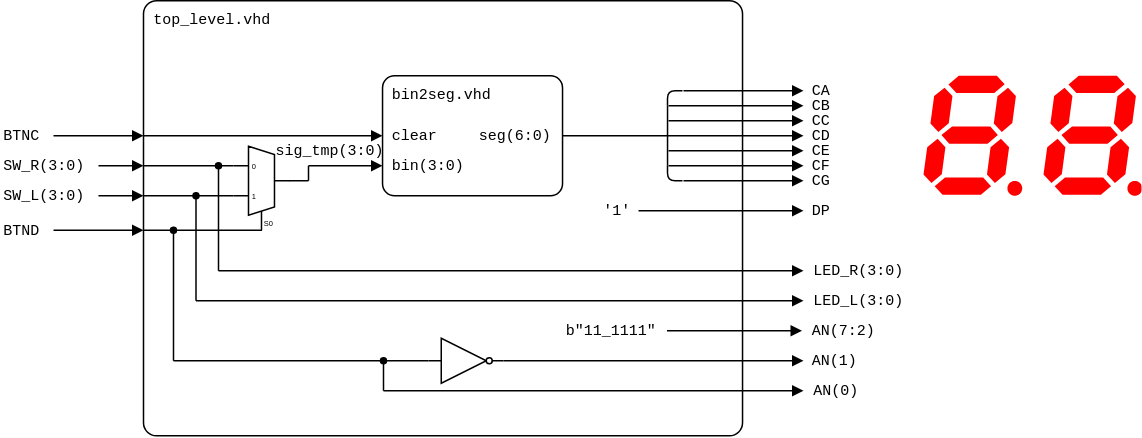
The draw.io diagram lab3-segment/images/top-level_2-digit.png in tomas-fryza/vhdl-course, before a commit. Source tidied: cells renumbered, new cells last; positions are measured from the earlier drawing's top-left corner, leaving out a move shared by most shapes.
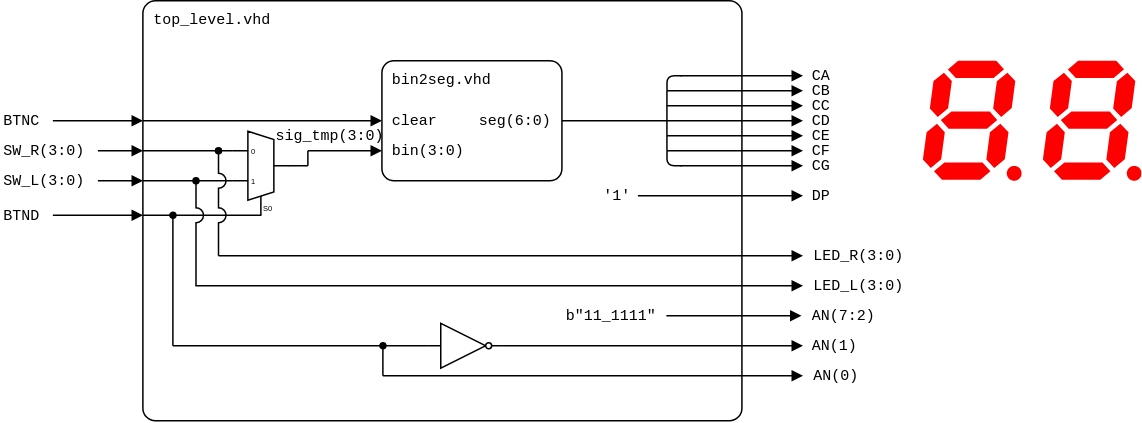
After the commit.

What changed in the source:
```diff
@@ -3,7 +3,7 @@
     <mxCell id="0" />
     <mxCell id="1" parent="0" />
     <mxCell id="2" value="top_level.vhd" style="rounded=1;arcSize=3;whiteSpace=wrap;html=1;align=left;verticalAlign=top;fontFamily=Courier New;absoluteArcSize=0;fillColor=none;fontSize=10;spacingLeft=5;imageHeight=24;" parent="1" vertex="1">
-      <mxGeometry x="95" width="399.4" height="290" as="geometry" />
+      <mxGeometry x="95" y="10" width="399.4" height="280" as="geometry" />
     </mxCell>
     <mxCell id="3" value="bin2seg.vhd" style="rounded=1;arcSize=10;align=left;verticalAlign=top;fontFamily=Courier New;absoluteArcSize=0;fillColor=none;fixDash=0;fontSize=10;spacingLeft=5;labelBorderColor=none;spacingTop=0;spacing=2;labelBackgroundColor=none;whiteSpace=wrap;html=1;strokeWidth=1;shadow=0;glass=0;" parent="1" vertex="1">
       <mxGeometry x="254.4" y="50" width="120" height="80" as="geometry" />
@@ -36,37 +36,37 @@
     </mxCell>
     <mxCell id="10" style="endArrow=block;html=1;rounded=0;endFill=1;endSize=5;startSize=5;" parent="1" edge="1">
       <mxGeometry relative="1" as="geometry">
-        <mxPoint x="445" y="100" as="sourcePoint" />
+        <mxPoint x="444.4" y="100" as="sourcePoint" />
         <mxPoint x="535" y="100" as="targetPoint" />
       </mxGeometry>
     </mxCell>
     <mxCell id="11" style="endArrow=block;html=1;rounded=0;endFill=1;orthogonal=1;endSize=5;startSize=5;" parent="1" edge="1">
       <mxGeometry relative="1" as="geometry">
-        <mxPoint x="445" y="110" as="sourcePoint" />
+        <mxPoint x="444.4" y="110" as="sourcePoint" />
         <mxPoint x="535" y="110" as="targetPoint" />
       </mxGeometry>
     </mxCell>
     <mxCell id="12" style="endArrow=block;html=1;rounded=0;endFill=1;orthogonal=1;endSize=5;startSize=5;" parent="1" edge="1">
       <mxGeometry relative="1" as="geometry">
-        <mxPoint x="455" y="120" as="sourcePoint" />
+        <mxPoint x="453.4" y="120" as="sourcePoint" />
         <mxPoint x="535" y="120" as="targetPoint" />
       </mxGeometry>
     </mxCell>
     <mxCell id="13" style="endArrow=block;html=1;rounded=0;endFill=1;endSize=5;startSize=5;" parent="1" edge="1">
       <mxGeometry relative="1" as="geometry">
-        <mxPoint x="445" y="80" as="sourcePoint" />
+        <mxPoint x="444.4" y="80" as="sourcePoint" />
         <mxPoint x="535" y="80" as="targetPoint" />
       </mxGeometry>
     </mxCell>
     <mxCell id="14" style="endArrow=block;html=1;rounded=0;endFill=1;endSize=5;startSize=5;" parent="1" edge="1">
       <mxGeometry relative="1" as="geometry">
-        <mxPoint x="445" y="70" as="sourcePoint" />
+        <mxPoint x="444.4" y="70" as="sourcePoint" />
         <mxPoint x="535" y="70" as="targetPoint" />
       </mxGeometry>
     </mxCell>
     <mxCell id="15" style="endArrow=block;html=1;rounded=0;endFill=1;endSize=5;startSize=5;" parent="1" edge="1">
       <mxGeometry relative="1" as="geometry">
-        <mxPoint x="455" y="60" as="sourcePoint" />
+        <mxPoint x="453.4" y="60" as="sourcePoint" />
         <mxPoint x="535" y="60" as="targetPoint" />
       </mxGeometry>
     </mxCell>
@@ -138,14 +138,14 @@
     </mxCell>
     <mxCell id="31" style="endArrow=block;html=1;rounded=0;endFill=1;orthogonal=1;endSize=5;startSize=5;" parent="1" edge="1">
       <mxGeometry relative="1" as="geometry">
-        <mxPoint x="145" y="180" as="sourcePoint" />
+        <mxPoint x="145.4" y="180" as="sourcePoint" />
         <mxPoint x="535" y="180" as="targetPoint" />
       </mxGeometry>
     </mxCell>
     <mxCell id="32" style="endArrow=none;html=1;rounded=0;startArrow=oval;startFill=1;endSize=4;startSize=4;" parent="1" edge="1">
       <mxGeometry relative="1" as="geometry">
-        <mxPoint x="145" y="110" as="sourcePoint" />
-        <mxPoint x="145" y="180" as="targetPoint" />
+        <mxPoint x="145.4" y="110" as="sourcePoint" />
+        <mxPoint x="145.4" y="125.5" as="targetPoint" />
       </mxGeometry>
     </mxCell>
     <mxCell id="33" value="LED_R(3:0)" style="text;html=1;align=left;verticalAlign=middle;whiteSpace=wrap;rounded=0;fontFamily=Courier New;fontSize=10;fillOpacity=100;spacing=2;spacingLeft=5;" parent="1" vertex="1">
@@ -231,8 +231,8 @@
     </mxCell>
     <mxCell id="51" style="endArrow=none;html=1;rounded=0;startArrow=oval;startFill=1;endSize=4;startSize=4;" parent="1" edge="1">
       <mxGeometry relative="1" as="geometry">
-        <mxPoint x="130" y="130" as="sourcePoint" />
-        <mxPoint x="130" y="200" as="targetPoint" />
+        <mxPoint x="130.4" y="130" as="sourcePoint" />
+        <mxPoint x="130.4" y="148.6" as="targetPoint" />
       </mxGeometry>
     </mxCell>
     <mxCell id="52" style="endArrow=none;html=1;rounded=0;startArrow=oval;startFill=1;endSize=4;startSize=4;" parent="1" edge="1">
@@ -286,5 +286,32 @@
         <mxPoint x="255" y="260" as="targetPoint" />
       </mxGeometry>
     </mxCell>
+    <mxCell id="63" style="verticalLabelPosition=bottom;verticalAlign=top;html=1;shape=mxgraph.basic.arc;startAngle=0.75;endAngle=0.25;rotation=90;" parent="1" vertex="1">
+      <mxGeometry x="140.4" y="125" width="10" height="10" as="geometry" />
+    </mxCell>
+    <mxCell id="64" style="endArrow=none;html=1;rounded=0;startArrow=none;startFill=0;endSize=4;startSize=4;" parent="1" edge="1">
+      <mxGeometry relative="1" as="geometry">
+        <mxPoint x="145.4" y="134.6" as="sourcePoint" />
+        <mxPoint x="145.4" y="148.5" as="targetPoint" />
+      </mxGeometry>
+    </mxCell>
+    <mxCell id="65" style="verticalLabelPosition=bottom;verticalAlign=top;html=1;shape=mxgraph.basic.arc;startAngle=0.75;endAngle=0.25;rotation=90;" parent="1" vertex="1">
+      <mxGeometry x="140.4" y="148" width="10" height="10" as="geometry" />
+    </mxCell>
+    <mxCell id="66" style="endArrow=none;html=1;rounded=0;startArrow=none;startFill=0;endSize=4;startSize=4;" parent="1" edge="1">
+      <mxGeometry relative="1" as="geometry">
+        <mxPoint x="145.4" y="157.5" as="sourcePoint" />
+        <mxPoint x="145.4" y="180" as="targetPoint" />
+      </mxGeometry>
+    </mxCell>
+    <mxCell id="67" style="verticalLabelPosition=bottom;verticalAlign=top;html=1;shape=mxgraph.basic.arc;startAngle=0.75;endAngle=0.25;rotation=90;" parent="1" vertex="1">
+      <mxGeometry x="125.4" y="148" width="10" height="10" as="geometry" />
+    </mxCell>
+    <mxCell id="68" style="endArrow=none;html=1;rounded=0;startArrow=none;startFill=0;endSize=4;startSize=4;" parent="1" edge="1">
+      <mxGeometry relative="1" as="geometry">
+        <mxPoint x="130.4" y="157.5" as="sourcePoint" />
+        <mxPoint x="130.4" y="200" as="targetPoint" />
+      </mxGeometry>
+    </mxCell>
   </root>
 </mxGraphModel>
```
